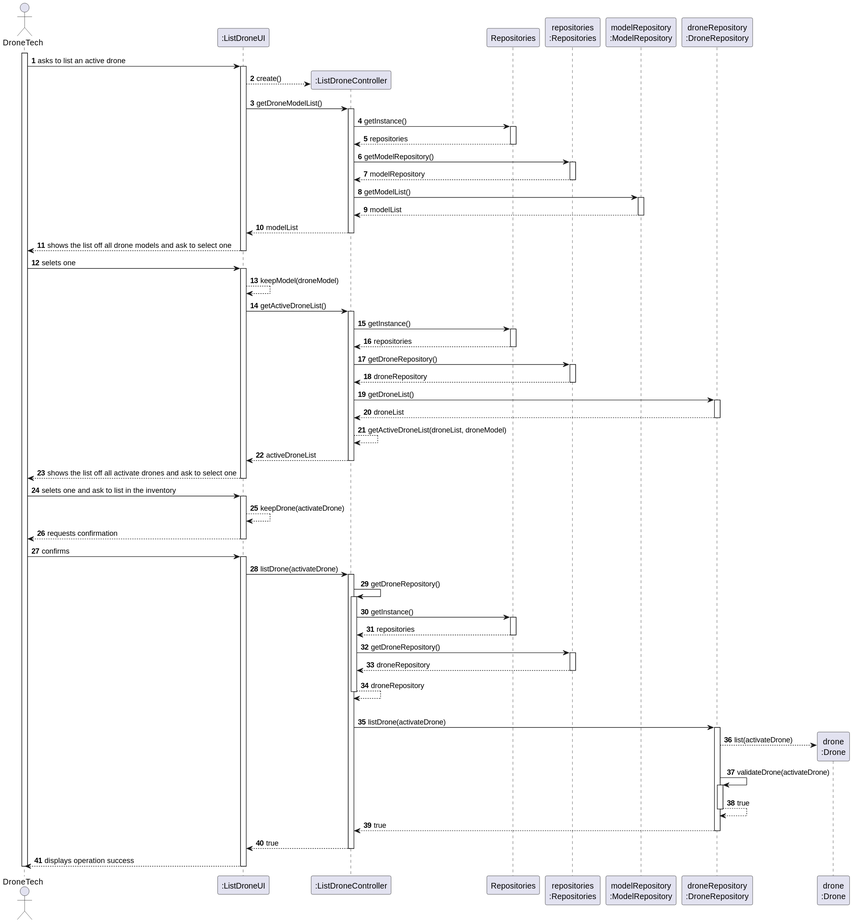
The PlantUML diagram docs/SPRINT_2/US243/images/sequence_diagram_us243.svg in diogoveirospro/sem4pi-2024-2025-sem4pi_2024_2025_g44, before a commit.
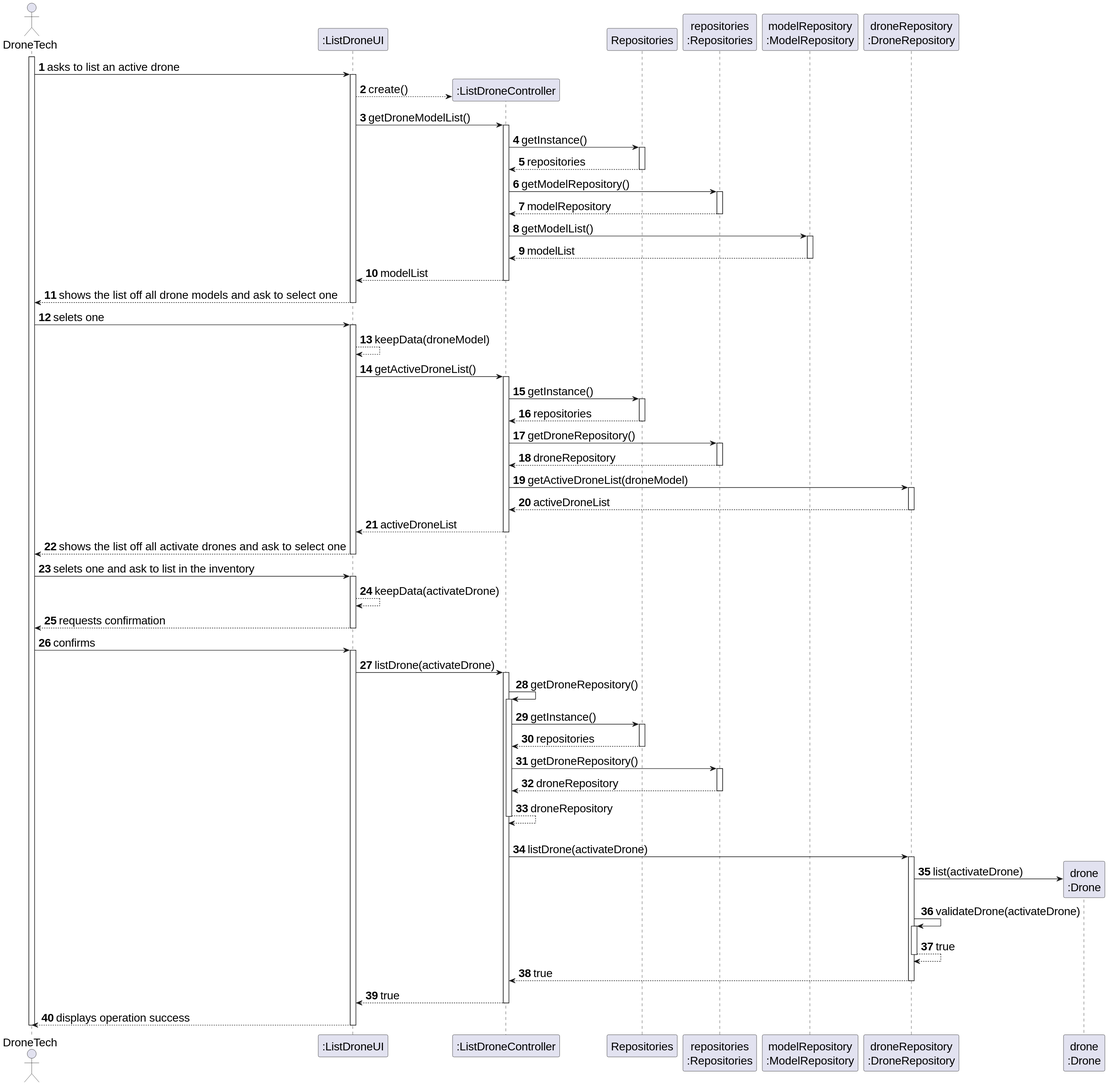
The same file after the commit.

Diff of the diagram source:
```diff
@@ -1,4 +1,5 @@
 @startuml
+skinparamlocked defaultFontSize 20
 skinparam packageStyle rectangle
 skinparam shadowing false
 
@@ -41,7 +42,7 @@
                            deactivate UI
                      EDT -> UI : selets one
                         activate UI
-            UI --> UI : keepModel(droneModel)
+            UI --> UI : keepData(droneModel)
             UI -> CTRL : getActiveDroneList()
             activate CTRL
                 CTRL -> REPOS : getInstance()
@@ -54,11 +55,10 @@
                     REPOS_SINGLETON --> CTRL: droneRepository
                 deactivate REPOS_SINGLETON
 
-                CTRL -> DRN_REPO : getDroneList()
+                CTRL -> DRN_REPO : getActiveDroneList(droneModel)
                 activate DRN_REPO
-                    DRN_REPO --> CTRL : droneList
+                    DRN_REPO --> CTRL : activeDroneList
                 deactivate DRN_REPO
-                CTRL --> CTRL : getActiveDroneList(droneList, droneModel)
                 CTRL --> UI : activeDroneList
             deactivate CTRL
 
@@ -69,7 +69,7 @@
 
     EDT -> UI : selets one and ask to list in the inventory
     activate UI
-    UI --> UI : keepDrone(activateDrone)
+    UI --> UI : keepData(activateDrone)
     UI --> EDT : requests confirmation
     deactivate UI
     EDT -> UI : confirms
@@ -98,7 +98,7 @@
 
                                     CTRL -> DRN_REPO : listDrone(activateDrone)
             activate DRN_REPO
-                DRN_REPO --> DRONE **: list(activateDrone)
+                DRN_REPO -> DRONE **: list(activateDrone)
                     DRN_REPO -> DRN_REPO: validateDrone(activateDrone)
                     activate DRN_REPO
                         DRN_REPO --> DRN_REPO : true
```
